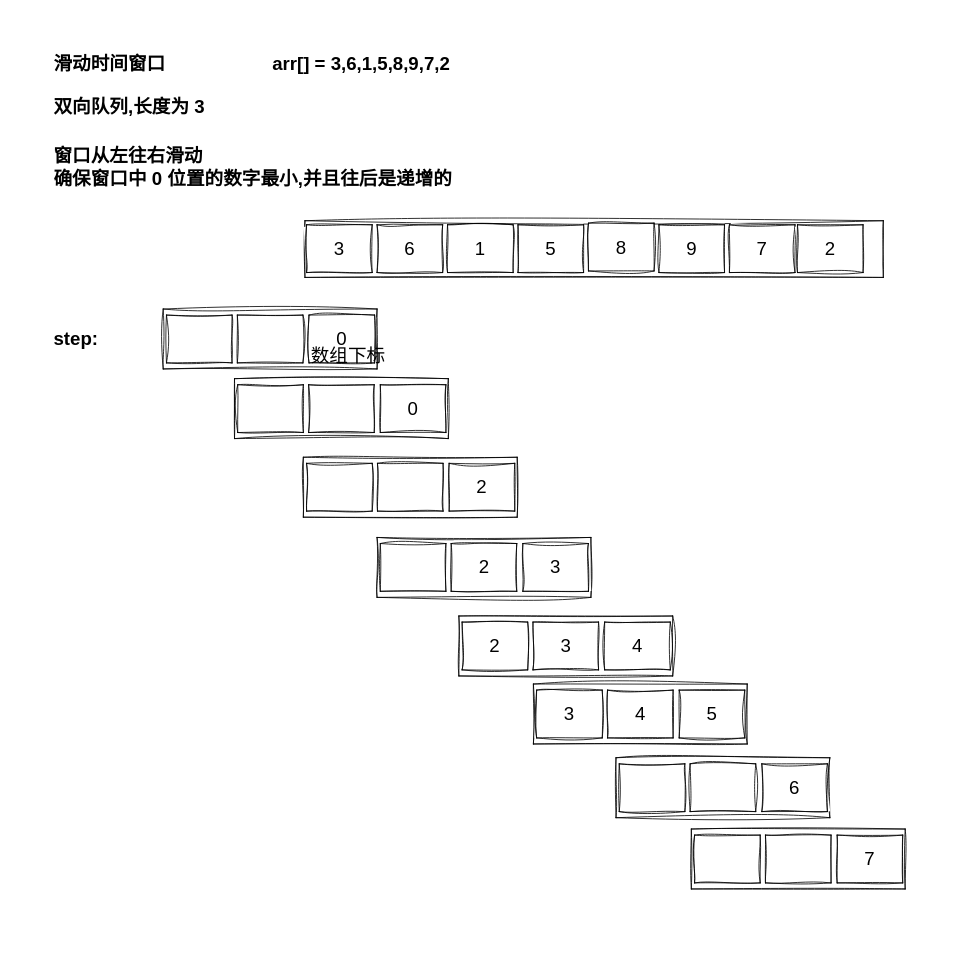
Above: 算法/windows/windows.drawio in eatboooo/draw (draw.io), before the change. Source tidied: cells renumbered, new cells numbered last; positions are measured from the earlier drawing's top-left corner, leaving out a move shared by most shapes. Both pictures are drawn from the tidied source at 81%, with x=0, y=0 at pixel (52, 46).
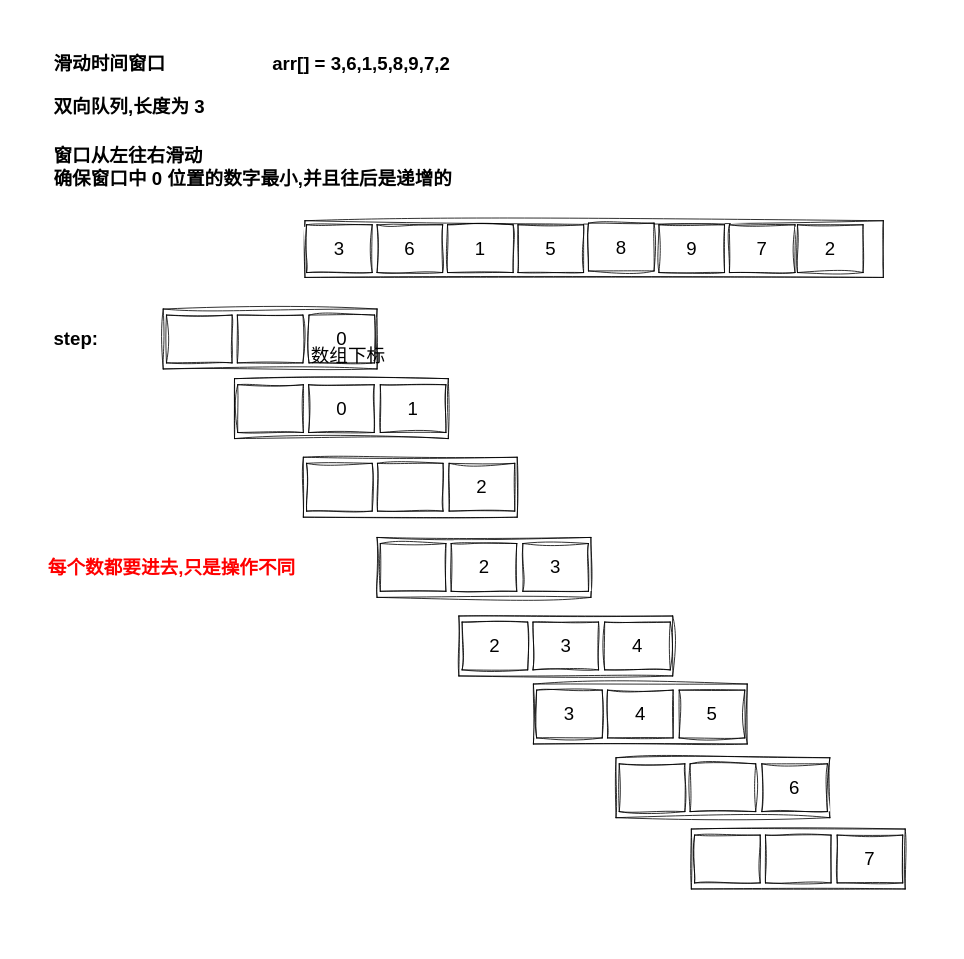
The same diagram, later.

Unchanged cells that the change refers to:
```xml
<mxCell id="22" style="group;" parent="1" vertex="1">
  <mxGeometry x="225" y="410" width="282.5" height="78" as="geometry" />
</mxCell>
```

The edit, as a diff of the source:
```diff
@@
-    <mxCell id="25" style="rounded=0;whiteSpace=wrap;html=1;sketch=1;hachureGap=4;jiggle=2;curveFitting=1;fontFamily=AlimamaDaoLiTi;fontSize=23;" parent="22" vertex="1">
+    <mxCell id="25" value="0" style="rounded=0;whiteSpace=wrap;html=1;sketch=1;hachureGap=4;jiggle=2;curveFitting=1;fontFamily=AlimamaDaoLiTi;fontSize=23;" parent="22" vertex="1">
       <mxGeometry x="91.5" y="7.5" width="81" height="59" as="geometry" />
     </mxCell>
-    <mxCell id="26" value="0" style="rounded=0;whiteSpace=wrap;html=1;sketch=1;hachureGap=4;jiggle=2;curveFitting=1;fontFamily=AlimamaDaoLiTi;fontSize=23;" parent="22" vertex="1">
+    <mxCell id="26" value="1" style="rounded=0;whiteSpace=wrap;html=1;sketch=1;hachureGap=4;jiggle=2;curveFitting=1;fontFamily=AlimamaDaoLiTi;fontSize=23;" parent="22" vertex="1">
       <mxGeometry x="180" y="7.5" width="81" height="59" as="geometry" />
     </mxCell>
@@
+    <mxCell id="58" value="每个数都要进去,只是操作不同" style="text;html=1;align=left;verticalAlign=middle;whiteSpace=wrap;rounded=0;fontFamily=LXGW WenKai;fontSize=23;fontStyle=1;fontColor=#FF0000;" parent="1" vertex="1">
+      <mxGeometry x="-7" y="612" width="402" height="64.5" as="geometry" />
+    </mxCell>
+    <mxCell id="59" value="&amp;nbsp;" style="text;html=1;align=center;verticalAlign=middle;strokeColor=none;fillColor=none;fontSize=20;fontFamily=Architects Daughter;sketch=1;hachureGap=4;jiggle=2;curveFitting=1;" parent="1" vertex="1">
+      <mxGeometry x="-47" y="-40" width="26" height="36" as="geometry" />
+    </mxCell>
```
